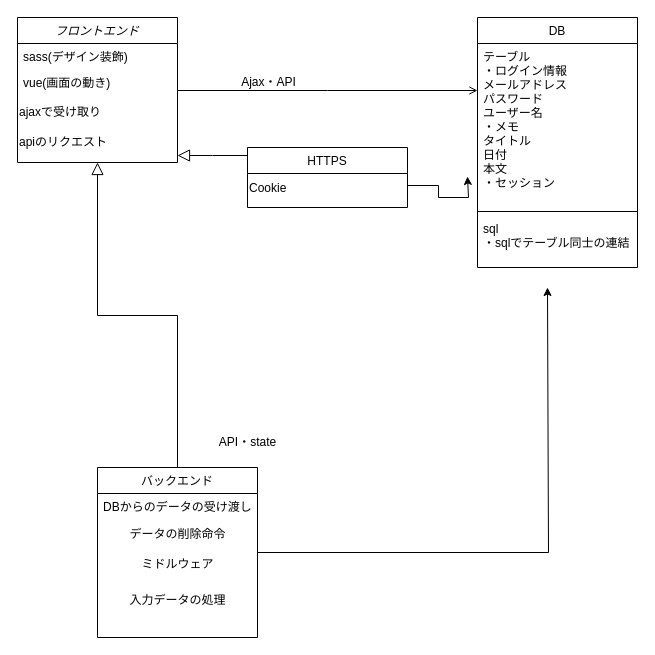
The draw.io diagram webアプリ設計.drawio in code-polaris044/mavs-task, before the edit. Source tidied: cells renumbered, new cells numbered last; positions are measured from the earlier drawing's top-left corner, leaving out a move shared by most shapes. Both pictures are drawn from the tidied source at 100%, with x=0, y=0 at pixel (17, 17).
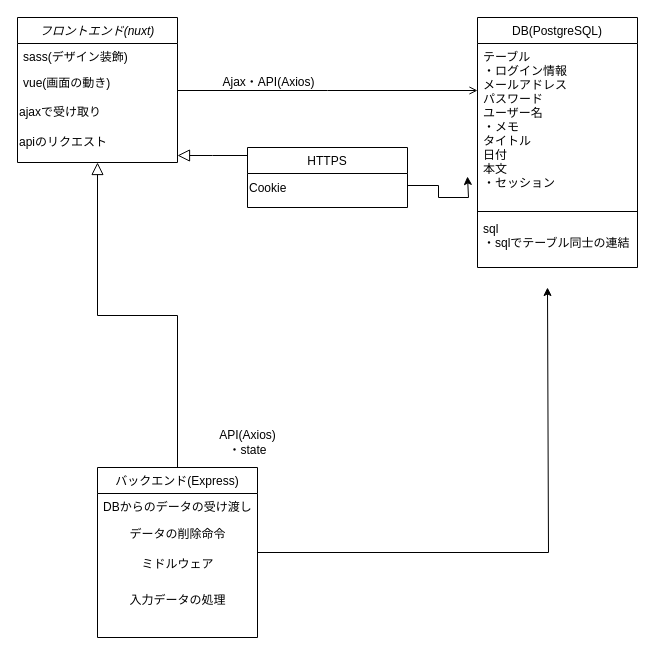
After the change.

Commit message (it also covers changes not shown here):
webアプリ設計.drawio を更新します

Unchanged cells that the change refers to:
```xml
<mxCell id="20" style="endArrow=open;shadow=0;strokeWidth=1;rounded=0;endFill=1;edgeStyle=elbowEdgeStyle;elbow=vertical;" parent="1" edge="1" source="2" target="16">
  <mxGeometry x="0.5" y="41" relative="1" as="geometry">
    <mxPoint x="-40" y="32" as="offset" />
  </mxGeometry>
</mxCell>
```

Change to the diagram source:
```diff
@@
-    <mxCell id="2" value="フロントエンド" style="swimlane;fontStyle=2;align=center;verticalAlign=top;horizontal=1;startSize=26;rounded=0;shadow=0;strokeWidth=1;" parent="1" vertex="1">
+    <mxCell id="2" value="フロントエンド(nuxt)" style="swimlane;fontStyle=2;align=center;verticalAlign=top;horizontal=1;startSize=26;rounded=0;shadow=0;strokeWidth=1;" parent="1" vertex="1">
       <mxGeometry width="160" height="145" as="geometry" />
     </mxCell>
@@
-    <mxCell id="11" value="バックエンド" style="swimlane;fontStyle=0;align=center;verticalAlign=top;horizontal=1;startSize=26;rounded=0;shadow=0;strokeWidth=1;" parent="1" vertex="1">
+    <mxCell id="11" value="バックエンド(Express)" style="swimlane;fontStyle=0;align=center;verticalAlign=top;horizontal=1;startSize=26;rounded=0;shadow=0;strokeWidth=1;" parent="1" vertex="1">
       <mxGeometry x="80" y="450" width="160" height="170" as="geometry" />
     </mxCell>
@@
-    <mxCell id="16" value="DB" style="swimlane;fontStyle=0;align=center;verticalAlign=top;horizontal=1;startSize=26;rounded=0;shadow=0;strokeWidth=1;" parent="1" vertex="1">
+    <mxCell id="16" value="DB(PostgreSQL)" style="swimlane;fontStyle=0;align=center;verticalAlign=top;horizontal=1;startSize=26;rounded=0;shadow=0;strokeWidth=1;" parent="1" vertex="1">
       <mxGeometry x="460" width="160" height="250" as="geometry" />
     </mxCell>
@@
-    <mxCell id="22" value="Ajax・API" style="text;html=1;align=center;verticalAlign=middle;labelBackgroundColor=none;rounded=0;shadow=0;strokeWidth=1;fontSize=12;" parent="20" vertex="1">
+    <mxCell id="22" value="Ajax・API(Axios)" style="text;html=1;align=center;verticalAlign=middle;labelBackgroundColor=none;rounded=0;shadow=0;strokeWidth=1;fontSize=12;" parent="20" vertex="1">
       <mxGeometry x="0.5" y="49" relative="1" as="geometry">
         <mxPoint x="-135" y="40" as="offset" />
       </mxGeometry>
     </mxCell>
-    <mxCell id="23" value="API・state" style="text;html=1;align=center;verticalAlign=middle;strokeColor=none;fillColor=none;" parent="1" vertex="1">
-      <mxGeometry x="190" y="410" width="80" height="30" as="geometry" />
+    <mxCell id="23" value="API(Axios)&lt;br&gt;・state" style="text;html=1;align=center;verticalAlign=middle;strokeColor=none;fillColor=none;" parent="1" vertex="1">
+      <mxGeometry x="190" y="405" width="80" height="40" as="geometry" />
     </mxCell>
```
